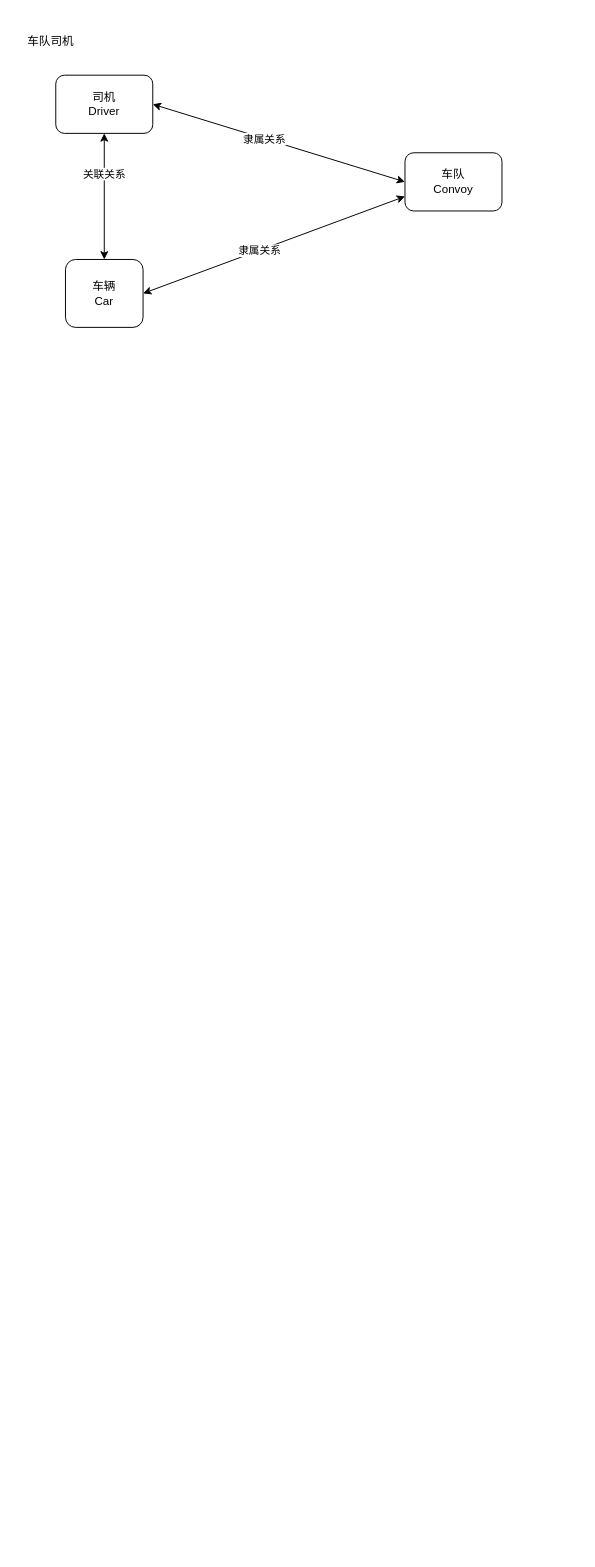
Earlier version of the draw.io diagram 公海司机.drawio (gongyao1992/draw). Source tidied: cells renumbered, new cells numbered last; positions are measured from the earlier drawing's top-left corner, leaving out a move shared by most shapes. Both pictures are drawn from the tidied source at 97%, with x=0, y=0 at pixel (16, 16).
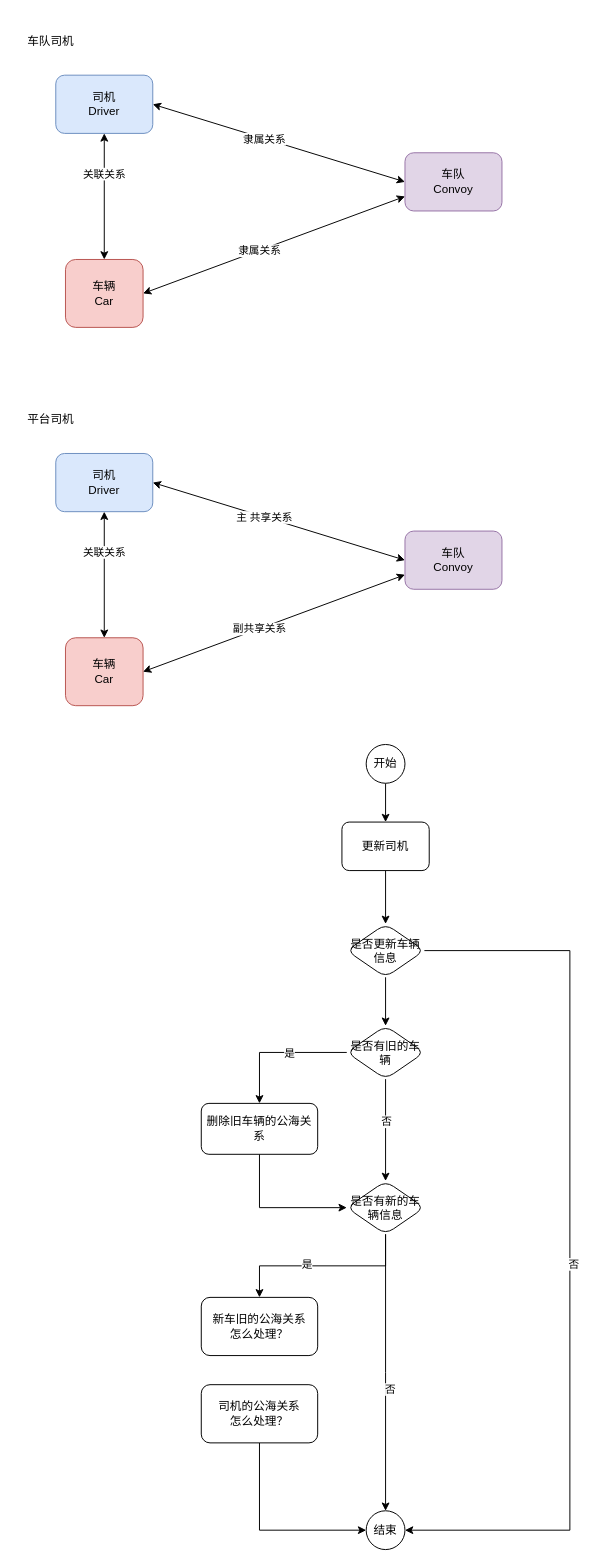
The same diagram, later.

Commit message (it also covers changes not shown here):
更新公海司机.drawio

The edit, as a diff of the source:
```diff
@@
-    <mxCell id="2" value="司机&lt;br&gt;Driver" style="rounded=1;whiteSpace=wrap;html=1;" parent="1" vertex="1">
+    <mxCell id="2" value="司机&lt;br&gt;Driver" style="rounded=1;whiteSpace=wrap;html=1;fillColor=#dae8fc;strokeColor=#6c8ebf;" parent="1" vertex="1">
       <mxGeometry x="40" y="60" width="100" height="60" as="geometry" />
     </mxCell>
-    <mxCell id="3" value="车队&lt;br&gt;Convoy" style="rounded=1;whiteSpace=wrap;html=1;" parent="1" vertex="1">
+    <mxCell id="3" value="车队&lt;br&gt;Convoy" style="rounded=1;whiteSpace=wrap;html=1;fillColor=#e1d5e7;strokeColor=#9673a6;" parent="1" vertex="1">
       <mxGeometry x="400" y="140" width="100" height="60" as="geometry" />
     </mxCell>
-    <mxCell id="4" value="车辆&lt;br&gt;Car" style="rounded=1;whiteSpace=wrap;html=1;" parent="1" vertex="1">
+    <mxCell id="4" value="车辆&lt;br&gt;Car" style="rounded=1;whiteSpace=wrap;html=1;fillColor=#f8cecc;strokeColor=#b85450;" parent="1" vertex="1">
       <mxGeometry x="50" y="250" width="80" height="70" as="geometry" />
     </mxCell>
@@
+    <mxCell id="12" value="司机&lt;br&gt;Driver" style="rounded=1;whiteSpace=wrap;html=1;fillColor=#dae8fc;strokeColor=#6c8ebf;" parent="1" vertex="1">
+      <mxGeometry x="40" y="450" width="100" height="60" as="geometry" />
+    </mxCell>
+    <mxCell id="13" value="车队&lt;br&gt;Convoy" style="rounded=1;whiteSpace=wrap;html=1;fillColor=#e1d5e7;strokeColor=#9673a6;" parent="1" vertex="1">
+      <mxGeometry x="400" y="530" width="100" height="60" as="geometry" />
+    </mxCell>
+    <mxCell id="14" value="车辆&lt;br&gt;Car" style="rounded=1;whiteSpace=wrap;html=1;fillColor=#f8cecc;strokeColor=#b85450;" parent="1" vertex="1">
+      <mxGeometry x="50" y="640" width="80" height="70" as="geometry" />
+    </mxCell>
+    <mxCell id="15" style="endArrow=classic;startArrow=classic;html=1;entryX=0;entryY=0.5;entryDx=0;entryDy=0;" parent="1" edge="1" target="13">
+      <mxGeometry relative="1" as="geometry">
+        <mxPoint x="140" y="480" as="sourcePoint" />
+      </mxGeometry>
+    </mxCell>
+    <mxCell id="16" value="主 共享关系" style="edgeLabel;html=1;align=center;verticalAlign=middle;" parent="15" vertex="1">
+      <mxGeometry x="-0.12" relative="1" as="geometry" />
+    </mxCell>
+    <mxCell id="17" style="endArrow=classic;startArrow=classic;html=1;entryX=0;entryY=0.75;entryDx=0;entryDy=0;exitX=1;exitY=0.5;exitDx=0;exitDy=0;" parent="1" edge="1" source="14" target="13">
+      <mxGeometry relative="1" as="geometry" />
+    </mxCell>
+    <mxCell id="18" value="副共享关系" style="edgeLabel;html=1;align=center;verticalAlign=middle;" parent="17" vertex="1">
+      <mxGeometry x="-0.12" relative="1" as="geometry" />
+    </mxCell>
+    <mxCell id="19" style="endArrow=classic;startArrow=classic;html=1;exitX=0.5;exitY=1;exitDx=0;exitDy=0;entryX=0.5;entryY=0;entryDx=0;entryDy=0;" parent="1" edge="1" source="12" target="14">
+      <mxGeometry relative="1" as="geometry" />
+    </mxCell>
+    <mxCell id="20" value="关联关系" style="edgeLabel;html=1;align=center;verticalAlign=middle;" parent="19" vertex="1">
+      <mxGeometry x="-0.35" y="-1" relative="1" as="geometry">
+        <mxPoint y="-1" as="offset" />
+      </mxGeometry>
+    </mxCell>
+    <mxCell id="21" value="平台司机" style="text;html=1;strokeColor=none;fillColor=none;align=center;verticalAlign=middle;whiteSpace=wrap;rounded=0;" parent="1" vertex="1">
+      <mxGeometry y="390" width="70" height="50" as="geometry" />
+    </mxCell>
+    <mxCell id="22" style="edgeStyle=orthogonalEdgeStyle;rounded=0;jettySize=auto;html=1;" parent="1" edge="1" source="23" target="29">
+      <mxGeometry relative="1" as="geometry" />
+    </mxCell>
+    <mxCell id="23" value="更新司机" style="rounded=1;whiteSpace=wrap;html=1;" parent="1" vertex="1">
+      <mxGeometry x="335" y="830" width="90" height="50" as="geometry" />
+    </mxCell>
+    <mxCell id="24" style="edgeStyle=orthogonalEdgeStyle;rounded=0;jettySize=auto;html=1;entryX=0.5;entryY=0;entryDx=0;entryDy=0;" parent="1" edge="1" source="25" target="23">
+      <mxGeometry relative="1" as="geometry" />
+    </mxCell>
+    <mxCell id="25" value="开始" style="ellipse;whiteSpace=wrap;html=1;" parent="1" vertex="1">
+      <mxGeometry x="360" y="750" width="40" height="40" as="geometry" />
+    </mxCell>
+    <mxCell id="26" style="edgeStyle=orthogonalEdgeStyle;rounded=0;jettySize=auto;html=1;" parent="1" edge="1" source="29" target="38">
+      <mxGeometry relative="1" as="geometry" />
+    </mxCell>
+    <mxCell id="27" style="edgeStyle=orthogonalEdgeStyle;rounded=0;jettySize=auto;html=1;exitX=1;exitY=0.5;exitDx=0;exitDy=0;entryX=1;entryY=0.5;entryDx=0;entryDy=0;" parent="1" edge="1" source="29" target="30">
+      <mxGeometry relative="1" as="geometry">
+        <Array as="points">
+          <mxPoint x="570" y="963" />
+          <mxPoint x="570" y="1560" />
+        </Array>
+      </mxGeometry>
+    </mxCell>
+    <mxCell id="28" value="否" style="edgeLabel;html=1;align=center;verticalAlign=middle;" parent="27" vertex="1">
+      <mxGeometry x="0.03" y="3" relative="1" as="geometry" />
+    </mxCell>
+    <mxCell id="29" value="是否更新车辆信息" style="rhombus;whiteSpace=wrap;html=1;rounded=1;" parent="1" vertex="1">
+      <mxGeometry x="340" y="935" width="80" height="55" as="geometry" />
+    </mxCell>
+    <mxCell id="30" value="结束" style="ellipse;whiteSpace=wrap;html=1;" parent="1" vertex="1">
+      <mxGeometry x="360" y="1540" width="40" height="40" as="geometry" />
+    </mxCell>
+    <mxCell id="31" style="edgeStyle=orthogonalEdgeStyle;rounded=0;jettySize=auto;html=1;exitX=0.5;exitY=1;exitDx=0;exitDy=0;entryX=0;entryY=0.5;entryDx=0;entryDy=0;" parent="1" edge="1" source="32" target="43">
+      <mxGeometry relative="1" as="geometry" />
+    </mxCell>
+    <mxCell id="32" value="删除旧车辆的公海关系" style="whiteSpace=wrap;html=1;rounded=1;" parent="1" vertex="1">
+      <mxGeometry x="190" y="1120" width="120" height="52.5" as="geometry" />
+    </mxCell>
+    <mxCell id="33" value="新车旧的公海关系&lt;br&gt;怎么处理？" style="whiteSpace=wrap;html=1;rounded=1;" parent="1" vertex="1">
+      <mxGeometry x="190" y="1320" width="120" height="60" as="geometry" />
+    </mxCell>
+    <mxCell id="34" style="edgeStyle=orthogonalEdgeStyle;rounded=0;jettySize=auto;html=1;exitX=0.5;exitY=1;exitDx=0;exitDy=0;entryX=0.5;entryY=0;entryDx=0;entryDy=0;" parent="1" edge="1" source="38" target="43">
+      <mxGeometry relative="1" as="geometry" />
+    </mxCell>
+    <mxCell id="35" value="否" style="edgeLabel;html=1;align=center;verticalAlign=middle;" parent="34" vertex="1">
+      <mxGeometry x="-0.18" relative="1" as="geometry" />
+    </mxCell>
+    <mxCell id="36" style="edgeStyle=orthogonalEdgeStyle;rounded=0;jettySize=auto;html=1;exitX=0;exitY=0.5;exitDx=0;exitDy=0;entryX=0.5;entryY=0;entryDx=0;entryDy=0;" parent="1" edge="1" source="38" target="32">
+      <mxGeometry relative="1" as="geometry" />
+    </mxCell>
+    <mxCell id="37" value="是" style="edgeLabel;html=1;align=center;verticalAlign=middle;" parent="36" vertex="1">
+      <mxGeometry x="-0.16" y="1" relative="1" as="geometry" />
+    </mxCell>
+    <mxCell id="38" value="是否有旧的车辆" style="rhombus;whiteSpace=wrap;html=1;rounded=1;" parent="1" vertex="1">
+      <mxGeometry x="340" y="1040" width="80" height="55" as="geometry" />
+    </mxCell>
+    <mxCell id="39" style="edgeStyle=orthogonalEdgeStyle;rounded=0;jettySize=auto;html=1;exitX=0.5;exitY=1;exitDx=0;exitDy=0;entryX=0.5;entryY=0;entryDx=0;entryDy=0;" parent="1" edge="1" source="43" target="33">
+      <mxGeometry relative="1" as="geometry" />
+    </mxCell>
+    <mxCell id="40" value="是" style="edgeLabel;html=1;align=center;verticalAlign=middle;" parent="39" vertex="1">
+      <mxGeometry x="0.16" y="-2" relative="1" as="geometry">
+        <mxPoint x="-1" as="offset" />
+      </mxGeometry>
+    </mxCell>
+    <mxCell id="41" style="edgeStyle=orthogonalEdgeStyle;rounded=0;jettySize=auto;html=1;exitX=0.5;exitY=1;exitDx=0;exitDy=0;" parent="1" edge="1" source="43">
+      <mxGeometry relative="1" as="geometry">
+        <mxPoint x="380" y="1540" as="targetPoint" />
+      </mxGeometry>
+    </mxCell>
+    <mxCell id="42" value="否" style="edgeLabel;html=1;align=center;verticalAlign=middle;" parent="41" vertex="1">
+      <mxGeometry x="0.12" y="4" relative="1" as="geometry" />
+    </mxCell>
+    <mxCell id="43" value="是否有新的车辆信息" style="rhombus;whiteSpace=wrap;html=1;rounded=1;" parent="1" vertex="1">
+      <mxGeometry x="340" y="1200" width="80" height="55" as="geometry" />
+    </mxCell>
+    <mxCell id="44" style="edgeStyle=orthogonalEdgeStyle;rounded=0;jettySize=auto;html=1;exitX=0.5;exitY=1;exitDx=0;exitDy=0;entryX=0;entryY=0.5;entryDx=0;entryDy=0;" parent="1" edge="1" source="45" target="30">
+      <mxGeometry relative="1" as="geometry" />
+    </mxCell>
+    <mxCell id="45" value="司机的公海关系&lt;br&gt;怎么处理？" style="whiteSpace=wrap;html=1;rounded=1;" parent="1" vertex="1">
+      <mxGeometry x="190" y="1410" width="120" height="60" as="geometry" />
+    </mxCell>
```
